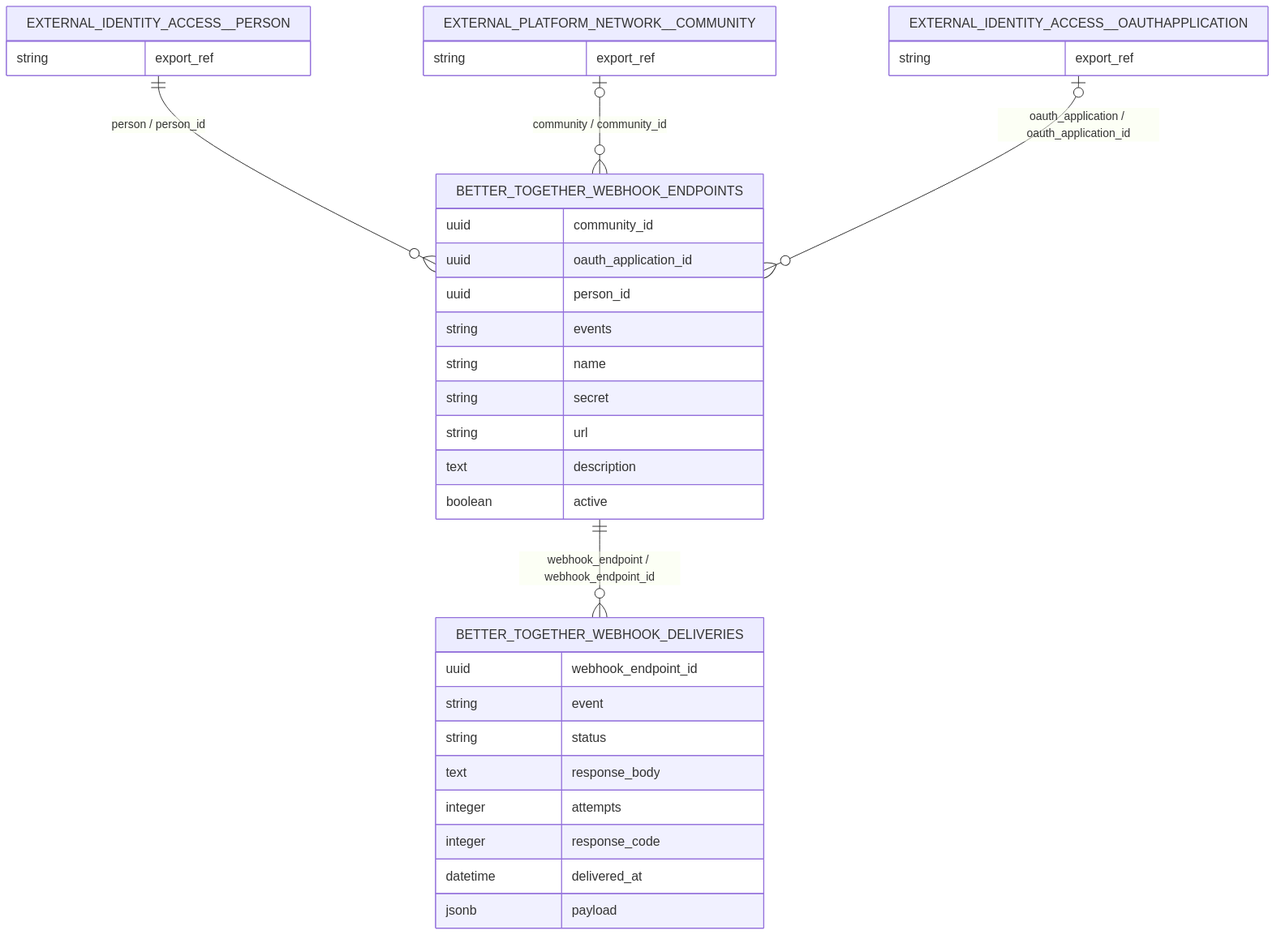
The Mermaid diagram docs/diagrams/exports/png/ce_integrations_webhooks_schema_erd.png in better-together-org/community-engine-rails, before a commit. Its source is kept beside it as docs/diagrams/source/ce_integrations_webhooks_schema_erd.mmd. The source it was exported from:
```mermaid
erDiagram
  BETTER_TOGETHER_WEBHOOK_ENDPOINTS ||--o{ BETTER_TOGETHER_WEBHOOK_DELIVERIES : "webhook_endpoint / webhook_endpoint_id"
  EXTERNAL_IDENTITY_ACCESS__PERSON ||--o{ BETTER_TOGETHER_WEBHOOK_ENDPOINTS : "person / person_id"
  EXTERNAL_PLATFORM_NETWORK__COMMUNITY o|--o{ BETTER_TOGETHER_WEBHOOK_ENDPOINTS : "community / community_id"
  EXTERNAL_IDENTITY_ACCESS__OAUTHAPPLICATION o|--o{ BETTER_TOGETHER_WEBHOOK_ENDPOINTS : "oauth_application / oauth_application_id"

  BETTER_TOGETHER_WEBHOOK_DELIVERIES {
    uuid webhook_endpoint_id
    string event
    string status
    text response_body
    integer attempts
    integer response_code
    datetime delivered_at
    jsonb payload
  }

  BETTER_TOGETHER_WEBHOOK_ENDPOINTS {
    uuid community_id
    uuid oauth_application_id
    uuid person_id
    string events
    string name
    string secret
    string url
    text description
    boolean active
  }

  EXTERNAL_IDENTITY_ACCESS__PERSON {
    string export_ref
  }

  EXTERNAL_PLATFORM_NETWORK__COMMUNITY {
    string export_ref
  }

  EXTERNAL_IDENTITY_ACCESS__OAUTHAPPLICATION {
    string export_ref
  }
```
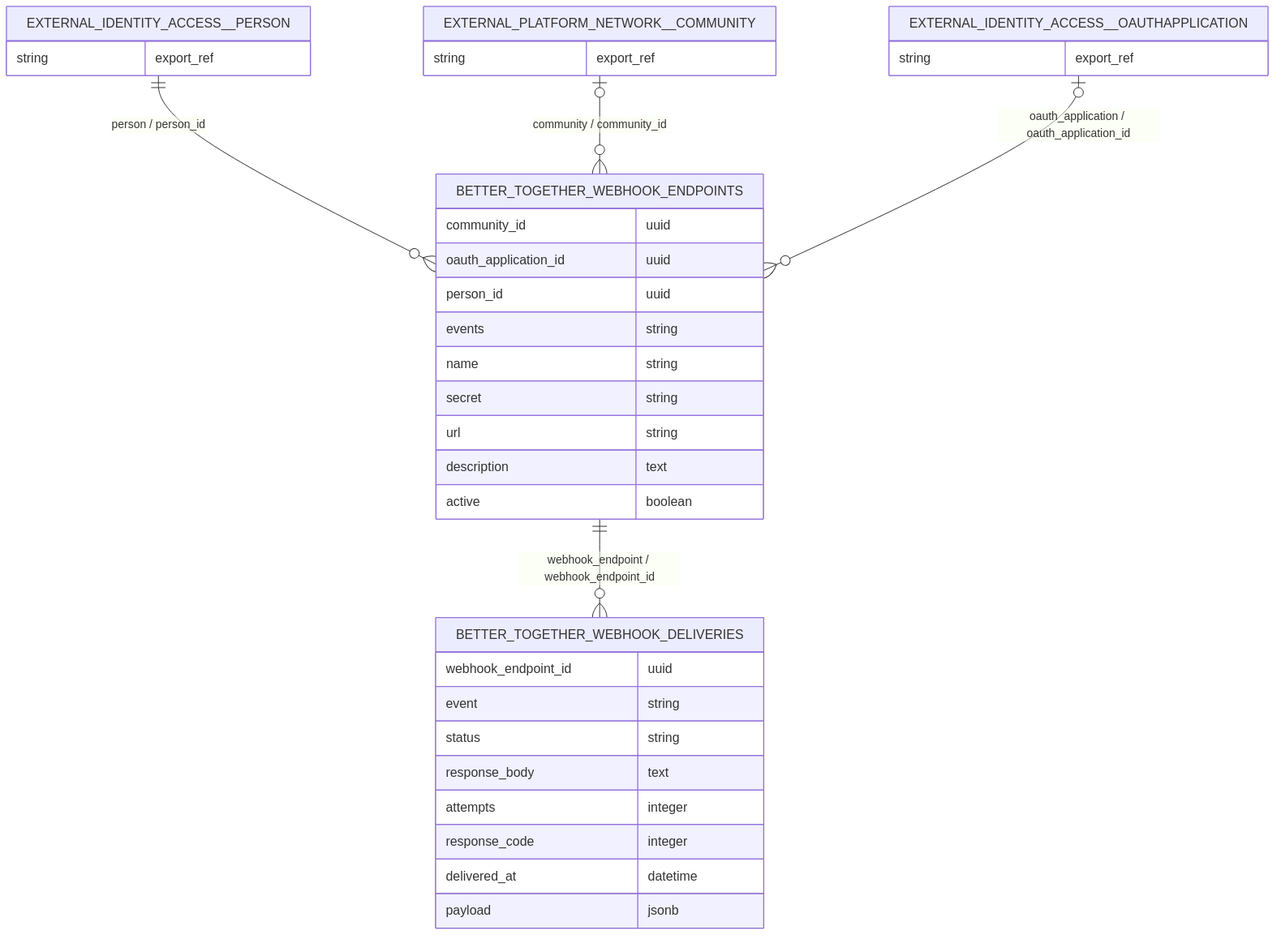
After the change.

Change to the diagram source:
```diff
@@ -5,26 +5,26 @@
   EXTERNAL_IDENTITY_ACCESS__OAUTHAPPLICATION o|--o{ BETTER_TOGETHER_WEBHOOK_ENDPOINTS : "oauth_application / oauth_application_id"
 
   BETTER_TOGETHER_WEBHOOK_DELIVERIES {
-    uuid webhook_endpoint_id
-    string event
-    string status
-    text response_body
-    integer attempts
-    integer response_code
-    datetime delivered_at
-    jsonb payload
+    webhook_endpoint_id uuid
+    event string
+    status string
+    response_body text
+    attempts integer
+    response_code integer
+    delivered_at datetime
+    payload jsonb
   }
 
   BETTER_TOGETHER_WEBHOOK_ENDPOINTS {
-    uuid community_id
-    uuid oauth_application_id
-    uuid person_id
-    string events
-    string name
-    string secret
-    string url
-    text description
-    boolean active
+    community_id uuid
+    oauth_application_id uuid
+    person_id uuid
+    events string
+    name string
+    secret string
+    url string
+    description text
+    active boolean
   }
 
   EXTERNAL_IDENTITY_ACCESS__PERSON {
```
